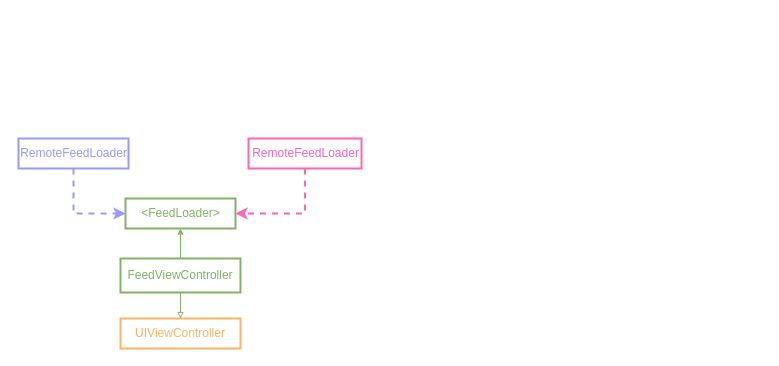
This is class_diagrams/Untitled Diagram.drawio from KonstantinErmolenko/diagrams, a draw.io file, before an edit. Source tidied: cells renumbered, new cells numbered last; positions are measured from the earlier drawing's top-left corner, leaving out a move shared by most shapes. Both pictures are drawn from the tidied source at 100%, with x=0, y=0 at pixel (18, 138).
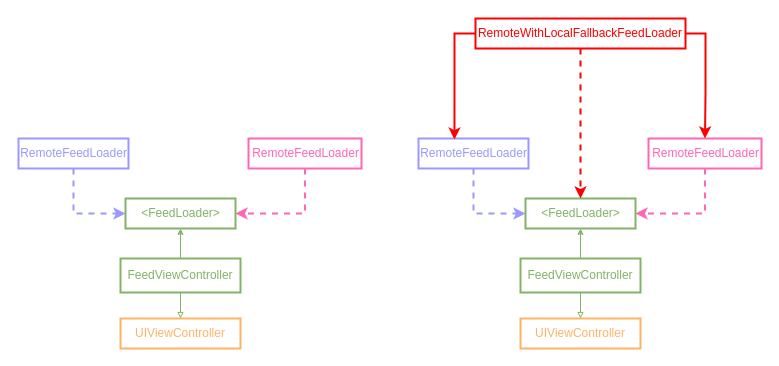
After the change.

The edit, as a diff of the source:
```diff
@@
+    <mxCell id="12" value="FeedViewController" style="whiteSpace=wrap;html=1;strokeColor=#82B366;fontColor=#82B366;strokeWidth=2;" parent="1" vertex="1">
+      <mxGeometry x="502" y="120" width="120" height="34" as="geometry" />
+    </mxCell>
+    <mxCell id="13" value="UIViewController" style="whiteSpace=wrap;html=1;labelBackgroundColor=#ffffff;fontColor=#FFB366;strokeColor=#FFB366;strokeWidth=2;" parent="1" vertex="1">
+      <mxGeometry x="502" y="180" width="120" height="30" as="geometry" />
+    </mxCell>
+    <mxCell id="14" style="endArrow=block;endSize=4;endFill=0;html=1;fontColor=#FFCC99;exitX=0.5;exitY=1;exitDx=0;exitDy=0;entryX=0.5;entryY=0;entryDx=0;entryDy=0;jumpSize=4;fillColor=#d5e8d4;strokeColor=#82b366;startSize=4;" parent="1" edge="1" source="12" target="13">
+      <mxGeometry relative="1" as="geometry" />
+    </mxCell>
+    <mxCell id="15" value="&amp;lt;FeedLoader&amp;gt;" style="html=1;labelBackgroundColor=#ffffff;gradientColor=none;strokeWidth=2;strokeColor=#82B366;fontColor=#82B366;" parent="1" vertex="1">
+      <mxGeometry x="507" y="60" width="110" height="30" as="geometry" />
+    </mxCell>
+    <mxCell id="16" style="edgeStyle=orthogonalEdgeStyle;jumpSize=4;orthogonalLoop=1;jettySize=auto;html=1;exitX=0.5;exitY=1;exitDx=0;exitDy=0;fontColor=#FFB366;endSize=8;strokeColor=#82B366;" parent="1" edge="1" source="12" target="12">
+      <mxGeometry relative="1" as="geometry" />
+    </mxCell>
+    <mxCell id="17" style="endArrow=classic;html=1;fontColor=#82B366;startSize=4;endSize=4;strokeColor=#82B366;exitX=0.5;exitY=0;exitDx=0;exitDy=0;entryX=0.5;entryY=1;entryDx=0;entryDy=0;" parent="1" edge="1" source="12" target="15">
+      <mxGeometry relative="1" as="geometry" />
+    </mxCell>
+    <mxCell id="18" style="edgeStyle=orthogonalEdgeStyle;rounded=0;jumpSize=4;jettySize=auto;html=1;entryX=0;entryY=0.5;entryDx=0;entryDy=0;dashed=1;fontColor=#82B366;startArrow=none;startFill=0;strokeColor=#9999FF;strokeWidth=2;" parent="1" edge="1" source="19" target="15">
+      <mxGeometry relative="1" as="geometry" />
+    </mxCell>
+    <mxCell id="19" value="RemoteFeedLoader" style="html=1;labelBackgroundColor=#ffffff;gradientColor=none;strokeWidth=2;strokeColor=#9999FF;fontColor=#9999FF;" parent="1" vertex="1">
+      <mxGeometry x="400" width="110" height="30" as="geometry" />
+    </mxCell>
+    <mxCell id="20" style="edgeStyle=orthogonalEdgeStyle;rounded=0;jumpSize=4;jettySize=auto;html=1;entryX=1;entryY=0.5;entryDx=0;entryDy=0;dashed=1;startArrow=none;startFill=0;strokeWidth=2;exitX=0.5;exitY=1;exitDx=0;exitDy=0;fontColor=#FF66B3;strokeColor=#FF66B3;" parent="1" edge="1" source="21" target="15">
+      <mxGeometry relative="1" as="geometry" />
+    </mxCell>
+    <mxCell id="21" value="RemoteFeedLoader" style="html=1;labelBackgroundColor=#ffffff;gradientColor=none;strokeWidth=2;fontColor=#FF66B3;strokeColor=#FF66B3;" parent="1" vertex="1">
+      <mxGeometry x="630" width="113" height="30" as="geometry" />
+    </mxCell>
+    <mxCell id="22" style="edgeStyle=orthogonalEdgeStyle;rounded=0;jumpSize=4;jettySize=auto;html=1;entryX=0.5;entryY=0;entryDx=0;entryDy=0;dashed=1;fontColor=#FF66B3;startArrow=none;startFill=0;strokeWidth=2;strokeColor=#FF0000;" parent="1" edge="1" source="24" target="15">
+      <mxGeometry relative="1" as="geometry" />
+    </mxCell>
+    <mxCell id="23" style="edgeStyle=orthogonalEdgeStyle;rounded=0;jumpSize=4;jettySize=auto;html=1;entryX=0.327;entryY=0.036;entryDx=0;entryDy=0;fontColor=#FF0000;startArrow=none;startFill=0;strokeColor=#FF0000;strokeWidth=2;exitX=0;exitY=0.5;exitDx=0;exitDy=0;entryPerimeter=0;" parent="1" edge="1" source="24" target="19">
+      <mxGeometry relative="1" as="geometry">
+        <Array as="points">
+          <mxPoint x="436" y="-105" />
+        </Array>
+      </mxGeometry>
+    </mxCell>
+    <mxCell id="24" value="RemoteWithLocalFallbackFeedLoader" style="whiteSpace=wrap;html=1;labelBackgroundColor=#ffffff;strokeWidth=2;strokeColor=#FF0000;fontColor=#FF0000;" parent="1" vertex="1">
+      <mxGeometry x="457" y="-120" width="210" height="30" as="geometry" />
+    </mxCell>
+    <mxCell id="25" style="edgeStyle=orthogonalEdgeStyle;rounded=0;jumpSize=4;jettySize=auto;html=1;entryX=0.5;entryY=0;entryDx=0;entryDy=0;fontColor=#FF0000;startArrow=none;startFill=0;strokeColor=#FF0000;strokeWidth=2;exitX=1;exitY=0.5;exitDx=0;exitDy=0;" parent="1" edge="1" source="24" target="21">
+      <mxGeometry relative="1" as="geometry" />
+    </mxCell>
```
